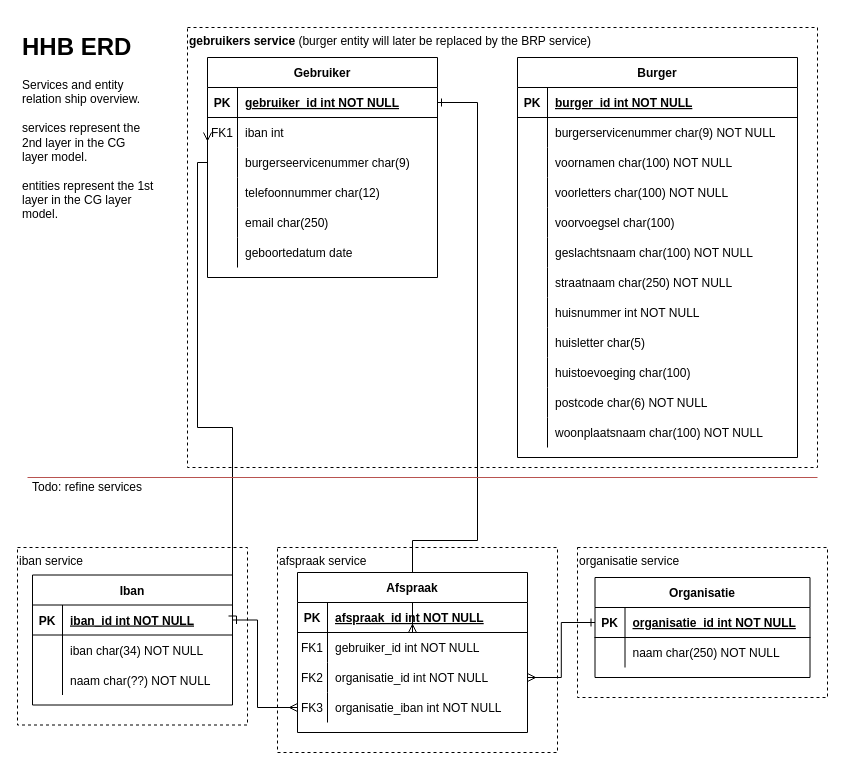
The draw.io diagram hhb_services/docs/HHB ERD.drawio in frameless/huishoudboekje-nl-design-system-demo, before the edit. Source tidied: cells renumbered, new cells numbered last; positions are measured from the earlier drawing's top-left corner, leaving out a move shared by most shapes. Both pictures are drawn from the tidied source at 100%, with x=0, y=0 at pixel (17, 27).
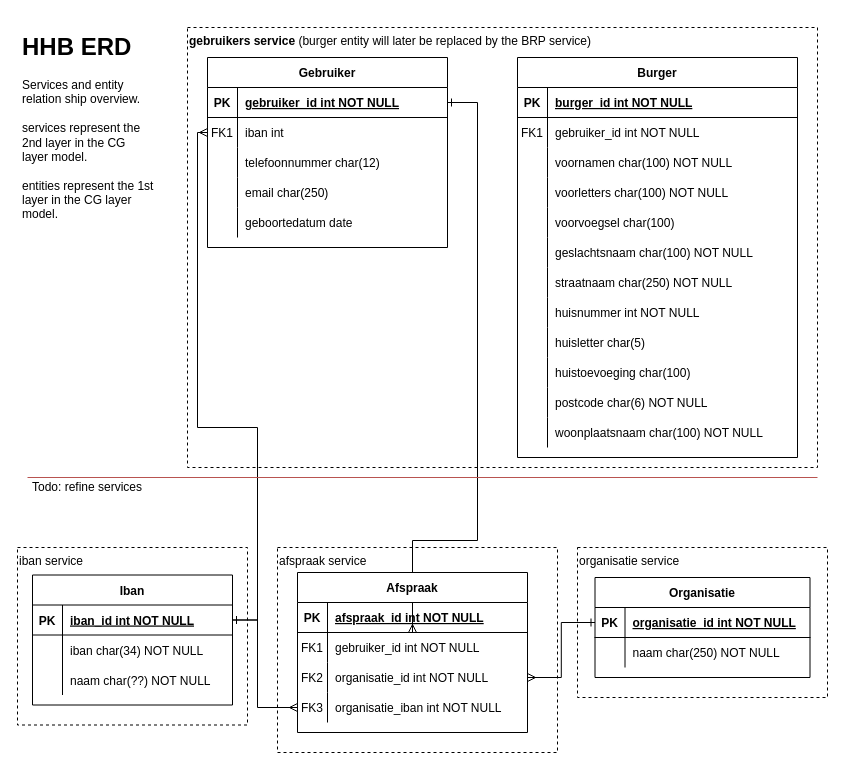
Above is the later version.

The change refers to these unchanged cells:
```xml
<mxCell id="15" style="shape=partialRectangle;fillColor=none;top=0;left=0;right=0;bottom=0;" parent="11" vertex="1">
  <mxGeometry y="60" width="280" height="30" as="geometry" />
</mxCell>
<mxCell id="68" style="shape=partialRectangle;fillColor=none;top=0;left=0;bottom=1;right=0;points=[[0,0.5],[1,0.5]];portConstraint=eastwest;" parent="67" vertex="1">
  <mxGeometry y="30" width="200" height="30" as="geometry" />
</mxCell>
```

Diff of the diagram source:
```diff
@@
     <mxCell id="5" style="edgeStyle=orthogonalEdgeStyle;rounded=0;jettySize=auto;html=1;endArrow=ERone;endFill=0;startArrow=ERmany;startFill=0;exitX=0;exitY=0.5;exitDx=0;exitDy=0;entryX=1;entryY=0.5;entryDx=0;entryDy=0;" parent="1" edge="1" source="52" target="68">
       <mxGeometry relative="1" as="geometry">
         <Array as="points">
-          <mxPoint x="180" y="135" />
+          <mxPoint x="180" y="105" />
           <mxPoint x="180" y="400" />
-          <mxPoint x="215" y="400" />
+          <mxPoint x="240" y="400" />
+          <mxPoint x="240" y="593" />
         </Array>
       </mxGeometry>
     </mxCell>
@@
-    <mxCell id="16" style="shape=partialRectangle;overflow=hidden;fillColor=none;top=0;left=0;bottom=0;right=0;" parent="15" vertex="1">
-      <mxGeometry width="30" height="30" as="geometry" />
-    </mxCell>
-    <mxCell id="17" value="burgerservicenummer char(9) NOT NULL" style="shape=partialRectangle;overflow=hidden;fillColor=none;top=0;left=0;bottom=0;right=0;align=left;spacingLeft=6;" parent="15" vertex="1">
-      <mxGeometry x="30" width="250" height="30" as="geometry" />
-    </mxCell>
+    <mxCell id="99" value="FK1" style="shape=partialRectangle;overflow=hidden;fillColor=none;top=0;left=0;bottom=0;right=0;" parent="15" vertex="1">
+      <mxGeometry width="30" height="30" as="geometry" />
+    </mxCell>
+    <mxCell id="100" value="gebruiker_id int NOT NULL" style="shape=partialRectangle;overflow=hidden;fillColor=none;top=0;left=0;bottom=0;right=0;align=left;spacingLeft=6;" parent="15" vertex="1">
+      <mxGeometry x="30" width="250" height="30" as="geometry" />
+    </mxCell>
@@
     <mxCell id="48" value="Gebruiker" style="shape=table;startSize=30;childLayout=tableLayout;rowLines=0;fontStyle=1;align=center;" parent="1" vertex="1">
-      <mxGeometry x="190" y="30" width="230" height="220" as="geometry" />
+      <mxGeometry x="190" y="30" width="240" height="190" as="geometry" />
     </mxCell>
     <mxCell id="49" style="shape=partialRectangle;fillColor=none;points=[[0,0.5],[1,0.5]];portConstraint=eastwest;top=0;left=0;right=0;bottom=1;" parent="48" vertex="1">
-      <mxGeometry y="30" width="230" height="30" as="geometry" />
+      <mxGeometry y="30" width="240" height="30" as="geometry" />
     </mxCell>
@@
     <mxCell id="51" value="gebruiker_id int NOT NULL " style="shape=partialRectangle;overflow=hidden;fillColor=none;top=0;left=0;bottom=0;right=0;align=left;spacingLeft=6;fontStyle=5;" parent="49" vertex="1">
-      <mxGeometry x="30" width="200" height="30" as="geometry" />
+      <mxGeometry x="30" width="210" height="30" as="geometry" />
     </mxCell>
     <mxCell id="52" style="shape=partialRectangle;fillColor=none;points=[[0,0.5],[1,0.5]];portConstraint=eastwest;top=0;left=0;right=0;bottom=0;" parent="48" vertex="1">
-      <mxGeometry y="60" width="230" height="30" as="geometry" />
+      <mxGeometry y="60" width="240" height="30" as="geometry" />
     </mxCell>
@@
     <mxCell id="54" value="iban int" style="shape=partialRectangle;overflow=hidden;fillColor=none;top=0;left=0;bottom=0;right=0;align=left;spacingLeft=6;" parent="52" vertex="1">
-      <mxGeometry x="30" width="200" height="30" as="geometry" />
+      <mxGeometry x="30" width="210" height="30" as="geometry" />
     </mxCell>
-    <mxCell id="55" style="shape=partialRectangle;fillColor=none;top=0;left=0;right=0;bottom=0;" parent="48" vertex="1">
-      <mxGeometry y="90" width="230" height="30" as="geometry" />
-    </mxCell>
-    <mxCell id="56" style="shape=partialRectangle;overflow=hidden;fillColor=none;top=0;left=0;bottom=0;right=0;" parent="55" vertex="1">
-      <mxGeometry width="30" height="30" as="geometry" />
-    </mxCell>
-    <mxCell id="57" value="burgerseervicenummer char(9)" style="shape=partialRectangle;overflow=hidden;fillColor=none;top=0;left=0;bottom=0;right=0;align=left;spacingLeft=6;" parent="55" vertex="1">
-      <mxGeometry x="30" width="200" height="30" as="geometry" />
-    </mxCell>
     <mxCell id="58" style="shape=partialRectangle;fillColor=none;top=0;left=0;right=0;bottom=0;" parent="48" vertex="1">
-      <mxGeometry y="120" width="230" height="30" as="geometry" />
+      <mxGeometry y="90" width="240" height="30" as="geometry" />
     </mxCell>
@@
     <mxCell id="60" value="telefoonnummer char(12)" style="shape=partialRectangle;overflow=hidden;fillColor=none;top=0;left=0;bottom=0;right=0;align=left;spacingLeft=6;" parent="58" vertex="1">
-      <mxGeometry x="30" width="200" height="30" as="geometry" />
+      <mxGeometry x="30" width="210" height="30" as="geometry" />
     </mxCell>
     <mxCell id="61" style="shape=partialRectangle;fillColor=none;top=0;left=0;right=0;bottom=0;" parent="48" vertex="1">
-      <mxGeometry y="150" width="230" height="30" as="geometry" />
+      <mxGeometry y="120" width="240" height="30" as="geometry" />
     </mxCell>
@@
     <mxCell id="63" value="email char(250)" style="shape=partialRectangle;overflow=hidden;fillColor=none;top=0;left=0;bottom=0;right=0;align=left;spacingLeft=6;" parent="61" vertex="1">
-      <mxGeometry x="30" width="200" height="30" as="geometry" />
+      <mxGeometry x="30" width="210" height="30" as="geometry" />
     </mxCell>
     <mxCell id="64" style="shape=partialRectangle;fillColor=none;top=0;left=0;right=0;bottom=0;" parent="48" vertex="1">
-      <mxGeometry y="180" width="230" height="30" as="geometry" />
+      <mxGeometry y="150" width="240" height="30" as="geometry" />
     </mxCell>
@@
     <mxCell id="66" value="geboortedatum date" style="shape=partialRectangle;overflow=hidden;fillColor=none;top=0;left=0;bottom=0;right=0;align=left;spacingLeft=6;" parent="64" vertex="1">
-      <mxGeometry x="30" width="200" height="30" as="geometry" />
+      <mxGeometry x="30" width="210" height="30" as="geometry" />
     </mxCell>
```
